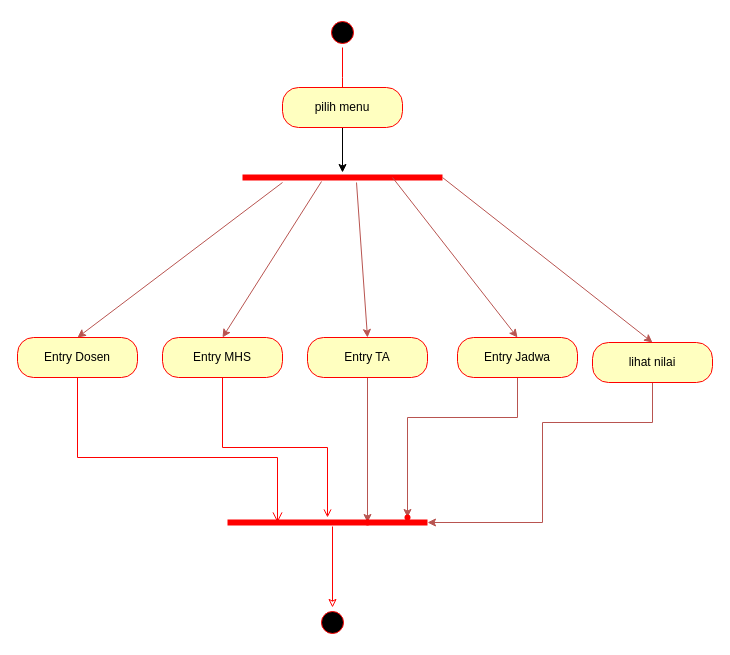
Before: Pert 12/Activity-1-12.drawio in mahesri/uml_ads_sms3, a draw.io diagram. Source tidied: cells renumbered, new cells numbered last; positions are measured from the earlier drawing's top-left corner, leaving out a move shared by most shapes. Both pictures are drawn from the tidied source at 100%, with x=0, y=0 at pixel (17, 17).
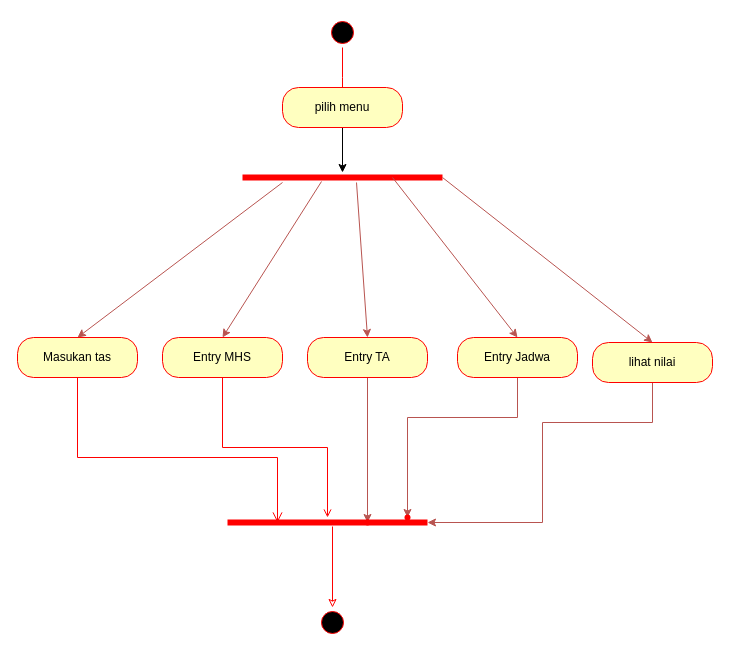
Above is the later version.

What changed in the source:
```diff
@@
-    <mxCell id="8" value="Entry Dosen" style="rounded=1;whiteSpace=wrap;html=1;arcSize=40;fontColor=#000000;fillColor=#ffffc0;strokeColor=#ff0000;" parent="1" vertex="1">
+    <mxCell id="8" value="Masukan tas" style="rounded=1;whiteSpace=wrap;html=1;arcSize=40;fontColor=#000000;fillColor=#ffffc0;strokeColor=#ff0000;" parent="1" vertex="1">
       <mxGeometry y="320" width="120" height="40" as="geometry" />
     </mxCell>
```
